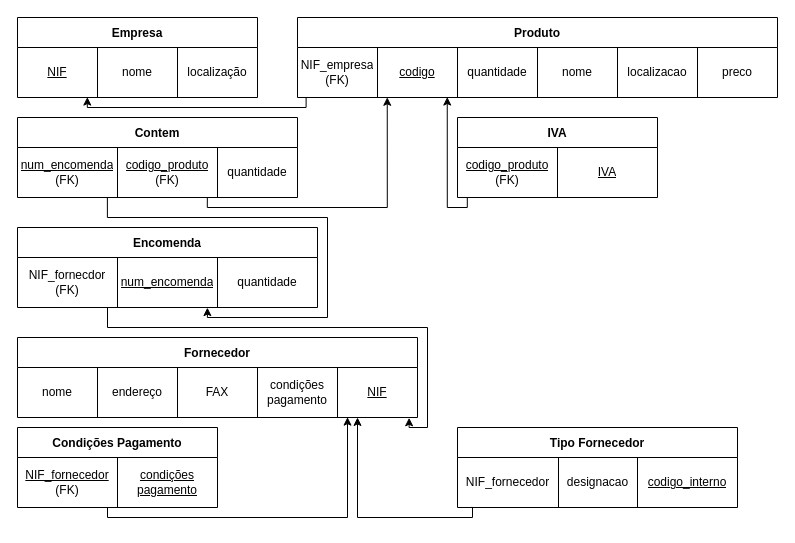
The draw.io diagram page "3.3_2.1" (3 of 6) of P/P03/P03.drawio in RafaelCurado/BD-1, before the edit. Source tidied: cells renumbered, new cells numbered last; positions are measured from the earlier drawing's top-left corner, leaving out a move shared by most shapes. Both pictures are drawn from the tidied source at 100%, with x=0, y=0 at pixel (17, 17).
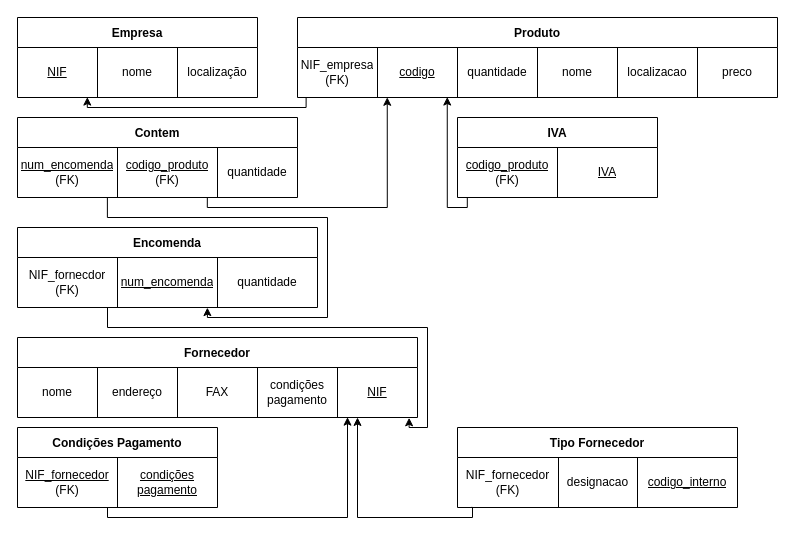
The same page after the edit.

Unchanged cells that the change refers to:
```xml
<mxCell id="34" style="shape=tableRow;horizontal=0;startSize=0;swimlaneHead=0;swimlaneBody=0;top=0;left=0;bottom=0;right=0;fillColor=none;points=[[0,0.5],[1,0.5]];portConstraint=eastwest;" parent="33" vertex="1">
  <mxGeometry y="30" width="280" height="50" as="geometry" />
</mxCell>
```

Change to the diagram source:
```diff
@@
-    <mxCell id="35" value="NIF_fornecedor" style="shape=partialRectangle;html=1;whiteSpace=wrap;fillColor=none;top=0;left=0;bottom=0;right=0;overflow=hidden;" parent="34" vertex="1">
+    <mxCell id="35" value="NIF_fornecedor&lt;br&gt;(FK)" style="shape=partialRectangle;html=1;whiteSpace=wrap;fillColor=none;top=0;left=0;bottom=0;right=0;overflow=hidden;" parent="34" vertex="1">
       <mxGeometry width="101" height="50" as="geometry" />
     </mxCell>
```
